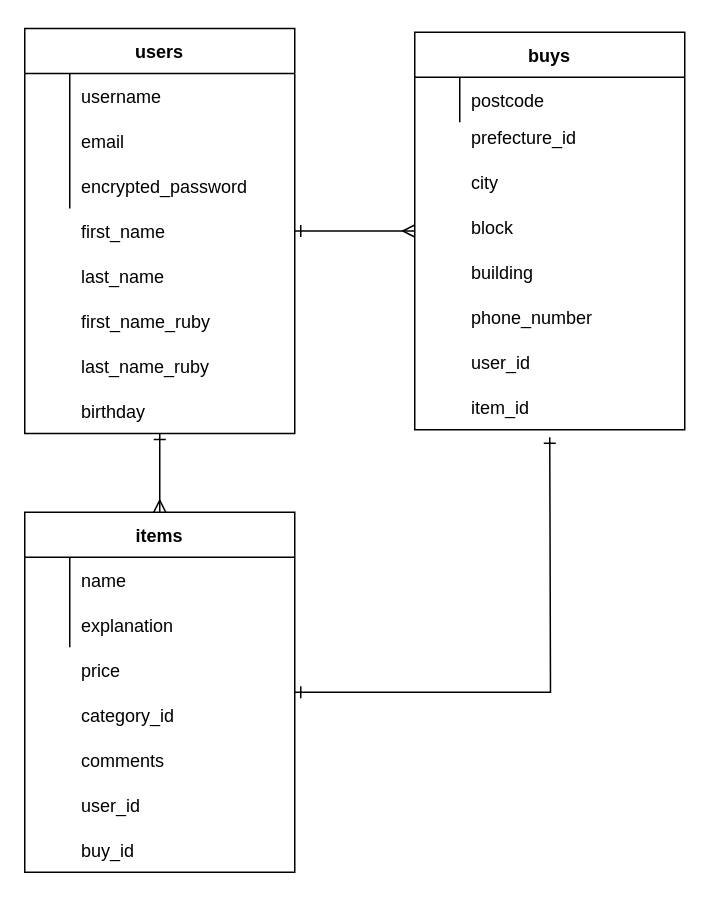
The draw.io diagram test.dio in junmico/furima-28139, before the edit. Source tidied: cells renumbered, new cells numbered last; positions are measured from the earlier drawing's top-left corner, leaving out a move shared by most shapes. Both pictures are drawn from the tidied source at 150%, with x=0, y=0 at pixel (24, 28).
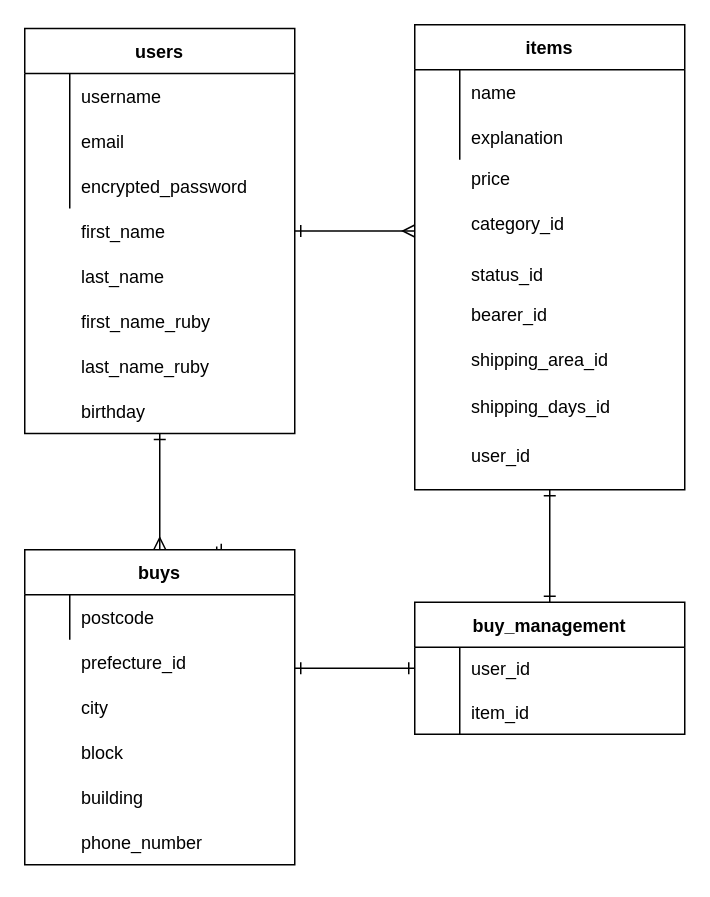
Above is the later version.

Unchanged cells that the change refers to:
```xml
<mxCell id="32" value="users" style="shape=table;startSize=30;childLayout=tableLayout;rowLines=0;fontStyle=1;align=center;" parent="31" vertex="1">
  <mxGeometry width="180" height="270" as="geometry" />
</mxCell>
```

The edit, as a diff of the source:
```diff
@@
     <mxCell id="2" style="group;" parent="1" vertex="1">
-      <mxGeometry x="260" y="2" width="180" height="265" as="geometry" />
+      <mxGeometry y="352" width="180" height="265" as="geometry" />
     </mxCell>
@@
-    <mxCell id="5" value="buys" style="shape=table;startSize=30;childLayout=tableLayout;rowLines=0;fontStyle=1;align=center;" parent="2" vertex="1">
-      <mxGeometry width="180" height="265" as="geometry" />
-    </mxCell>
-    <mxCell id="6" style="shape=partialRectangle;fillColor=none;top=0;left=0;bottom=0;right=0;" parent="5" vertex="1">
-      <mxGeometry y="30" width="180" height="30" as="geometry" />
-    </mxCell>
-    <mxCell id="7" style="shape=partialRectangle;fillColor=none;top=0;left=0;bottom=0;right=0;overflow=hidden;" parent="6" vertex="1">
-      <mxGeometry width="30" height="30" as="geometry" />
-    </mxCell>
-    <mxCell id="8" value="postcode" style="shape=partialRectangle;fillColor=none;top=0;left=0;bottom=0;right=0;align=left;spacingLeft=6;overflow=hidden;" parent="6" vertex="1">
-      <mxGeometry x="30" width="150" height="30" as="geometry" />
-    </mxCell>
@@
-    <mxCell id="11" value="item_id" style="shape=partialRectangle;fillColor=none;top=0;left=0;bottom=0;right=0;align=left;spacingLeft=6;overflow=hidden;" parent="2" vertex="1">
-      <mxGeometry x="30" y="235" width="150" height="30" as="geometry" />
-    </mxCell>
@@
-    <mxCell id="13" value="user_id" style="shape=partialRectangle;fillColor=none;top=0;left=0;bottom=0;right=0;align=left;spacingLeft=6;overflow=hidden;" parent="2" vertex="1">
-      <mxGeometry x="30" y="205" width="150" height="30" as="geometry" />
-    </mxCell>
     <mxCell id="14" style="group;" parent="1" vertex="1">
-      <mxGeometry y="322" width="180" height="240" as="geometry" />
+      <mxGeometry x="260" y="-3" width="180" height="360" as="geometry" />
     </mxCell>
+    <mxCell id="47" style="group;" parent="14" vertex="1">
+      <mxGeometry width="180" height="310" as="geometry" />
+    </mxCell>
-    <mxCell id="15" value="price" style="shape=partialRectangle;fillColor=none;top=0;left=0;bottom=0;right=0;align=left;spacingLeft=6;overflow=hidden;" parent="14" vertex="1">
-      <mxGeometry x="30" y="90" width="150" height="30" as="geometry" />
+    <mxCell id="15" value="price" style="shape=partialRectangle;fillColor=none;top=0;left=0;bottom=0;right=0;align=left;spacingLeft=6;overflow=hidden;" parent="47" vertex="1">
+      <mxGeometry x="30" y="80" width="150" height="45" as="geometry" />
     </mxCell>
-    <mxCell id="16" value="user_id" style="shape=partialRectangle;fillColor=none;top=0;left=0;bottom=0;right=0;align=left;spacingLeft=6;overflow=hidden;" parent="14" vertex="1">
-      <mxGeometry x="30" y="180" width="150" height="30" as="geometry" />
-    </mxCell>
-    <mxCell id="17" value="category_id" style="shape=partialRectangle;fillColor=none;top=0;left=0;bottom=0;right=0;align=left;spacingLeft=6;overflow=hidden;" parent="14" vertex="1">
-      <mxGeometry x="30" y="120" width="150" height="30" as="geometry" />
+    <mxCell id="17" value="category_id" style="shape=partialRectangle;fillColor=none;top=0;left=0;bottom=0;right=0;align=left;spacingLeft=6;overflow=hidden;" parent="47" vertex="1">
+      <mxGeometry x="30" y="110" width="150" height="45" as="geometry" />
     </mxCell>
-    <mxCell id="18" value="comments" style="shape=partialRectangle;fillColor=none;top=0;left=0;bottom=0;right=0;align=left;spacingLeft=6;overflow=hidden;" parent="14" vertex="1">
-      <mxGeometry x="30" y="150" width="150" height="30" as="geometry" />
-    </mxCell>
-    <mxCell id="19" value="items" style="shape=table;startSize=30;childLayout=tableLayout;rowLines=0;fontStyle=1;align=center;" parent="14" vertex="1">
-      <mxGeometry width="180" height="240" as="geometry" />
+    <mxCell id="19" value="items" style="shape=table;startSize=30;childLayout=tableLayout;rowLines=0;fontStyle=1;align=center;" parent="47" vertex="1">
+      <mxGeometry width="180" height="310" as="geometry" />
     </mxCell>
@@
-    <mxCell id="26" value="buy_id" style="shape=partialRectangle;fillColor=none;top=0;left=0;bottom=0;right=0;align=left;spacingLeft=6;overflow=hidden;" parent="14" vertex="1">
-      <mxGeometry x="30" y="210" width="150" height="30" as="geometry" />
-    </mxCell>
-    <mxCell id="27" style="edgeStyle=orthogonalEdgeStyle;rounded=0;jettySize=auto;html=1;startArrow=ERone;startFill=0;endArrow=ERone;endFill=0;" parent="1" edge="1" source="19">
-      <mxGeometry relative="1" as="geometry">
-        <mxPoint x="350" y="272" as="targetPoint" />
-      </mxGeometry>
-    </mxCell>
-    <mxCell id="28" style="edgeStyle=orthogonalEdgeStyle;rounded=0;jettySize=auto;html=1;entryX=0;entryY=0.5;entryDx=0;entryDy=0;startArrow=ERone;startFill=0;endArrow=ERmany;endFill=0;" parent="1" edge="1" source="32" target="5">
-      <mxGeometry relative="1" as="geometry" />
-    </mxCell>
-    <mxCell id="29" style="edgeStyle=orthogonalEdgeStyle;rounded=0;jettySize=auto;html=1;entryX=0.5;entryY=0;entryDx=0;entryDy=0;startArrow=ERone;startFill=0;endArrow=ERmany;endFill=0;" parent="1" edge="1" source="32" target="19">
-      <mxGeometry relative="1" as="geometry" />
-    </mxCell>
+    <mxCell id="18" value="status_id" style="shape=partialRectangle;fillColor=none;top=0;left=0;bottom=0;right=0;align=left;spacingLeft=6;overflow=hidden;" parent="47" vertex="1">
+      <mxGeometry x="30" y="150" width="150" height="32.7" as="geometry" />
+    </mxCell>
+    <mxCell id="16" value="user_id" style="shape=partialRectangle;fillColor=none;top=0;left=0;bottom=0;right=0;align=left;spacingLeft=6;overflow=hidden;" parent="47" vertex="1">
+      <mxGeometry x="30" y="270.9" width="150" height="32.7" as="geometry" />
+    </mxCell>
+    <mxCell id="48" value="shipping_days_id" style="shape=partialRectangle;fillColor=none;top=0;left=0;bottom=0;right=0;align=left;spacingLeft=6;overflow=hidden;" parent="47" vertex="1">
+      <mxGeometry x="30" y="238.2" width="150" height="32.7" as="geometry" />
+    </mxCell>
+    <mxCell id="49" value="shipping_area_id" style="shape=partialRectangle;fillColor=none;top=0;left=0;bottom=0;right=0;align=left;spacingLeft=6;overflow=hidden;" parent="47" vertex="1">
+      <mxGeometry x="30" y="208.2" width="150" height="30" as="geometry" />
+    </mxCell>
+    <mxCell id="50" value="bearer_id" style="shape=partialRectangle;fillColor=none;top=0;left=0;bottom=0;right=0;align=left;spacingLeft=6;overflow=hidden;" parent="47" vertex="1">
+      <mxGeometry x="30" y="178.2" width="150" height="30" as="geometry" />
+    </mxCell>
@@
+    <mxCell id="51" style="edgeStyle=orthogonalEdgeStyle;rounded=0;orthogonalLoop=1;jettySize=auto;html=1;exitX=0.75;exitY=0;exitDx=0;exitDy=0;entryX=0.711;entryY=-0.01;entryDx=0;entryDy=0;entryPerimeter=0;startArrow=ERone;startFill=0;endArrow=ERone;endFill=0;" parent="1" edge="1" source="5" target="5">
+      <mxGeometry relative="1" as="geometry" />
+    </mxCell>
+    <mxCell id="5" value="buys" style="shape=table;startSize=30;childLayout=tableLayout;rowLines=0;fontStyle=1;align=center;" parent="1" vertex="1">
+      <mxGeometry y="347" width="180" height="210" as="geometry" />
+    </mxCell>
+    <mxCell id="6" style="shape=partialRectangle;fillColor=none;top=0;left=0;bottom=0;right=0;" parent="5" vertex="1">
+      <mxGeometry y="30" width="180" height="30" as="geometry" />
+    </mxCell>
+    <mxCell id="7" style="shape=partialRectangle;fillColor=none;top=0;left=0;bottom=0;right=0;overflow=hidden;" parent="6" vertex="1">
+      <mxGeometry width="30" height="30" as="geometry" />
+    </mxCell>
+    <mxCell id="8" value="postcode" style="shape=partialRectangle;fillColor=none;top=0;left=0;bottom=0;right=0;align=left;spacingLeft=6;overflow=hidden;" parent="6" vertex="1">
+      <mxGeometry x="30" width="150" height="30" as="geometry" />
+    </mxCell>
+    <mxCell id="52" style="edgeStyle=orthogonalEdgeStyle;rounded=0;jettySize=auto;html=1;entryX=0.5;entryY=1;entryDx=0;entryDy=0;startArrow=ERone;startFill=0;endArrow=ERone;endFill=0;" parent="1" edge="1" source="53" target="19">
+      <mxGeometry relative="1" as="geometry" />
+    </mxCell>
+    <mxCell id="53" value="buy_management" style="shape=table;startSize=30;childLayout=tableLayout;rowLines=0;fontStyle=1;align=center;" parent="1" vertex="1">
+      <mxGeometry x="260" y="382" width="180" height="88" as="geometry" />
+    </mxCell>
+    <mxCell id="54" style="shape=partialRectangle;fillColor=none;top=0;left=0;bottom=0;right=0;points=[[0,0.5],[1,0.5]];portConstraint=eastwest;" parent="53" vertex="1">
+      <mxGeometry y="30" width="180" height="28" as="geometry" />
+    </mxCell>
+    <mxCell id="55" style="shape=partialRectangle;fillColor=none;top=0;left=0;bottom=0;right=0;overflow=hidden;" parent="54" vertex="1">
+      <mxGeometry width="30" height="28" as="geometry" />
+    </mxCell>
+    <mxCell id="13" value="user_id" style="shape=partialRectangle;fillColor=none;top=0;left=0;bottom=0;right=0;align=left;spacingLeft=6;overflow=hidden;" parent="54" vertex="1">
+      <mxGeometry x="30" width="150" height="28" as="geometry" />
+    </mxCell>
+    <mxCell id="56" style="shape=partialRectangle;fillColor=none;top=0;left=0;bottom=0;right=0;" parent="53" vertex="1">
+      <mxGeometry y="58" width="180" height="30" as="geometry" />
+    </mxCell>
+    <mxCell id="57" style="shape=partialRectangle;fillColor=none;top=0;left=0;bottom=0;right=0;overflow=hidden;" parent="56" vertex="1">
+      <mxGeometry width="30" height="30" as="geometry" />
+    </mxCell>
+    <mxCell id="11" value="item_id" style="shape=partialRectangle;fillColor=none;top=0;left=0;bottom=0;right=0;align=left;spacingLeft=6;overflow=hidden;" parent="56" vertex="1">
+      <mxGeometry x="30" width="150" height="30" as="geometry" />
+    </mxCell>
+    <mxCell id="58" style="edgeStyle=orthogonalEdgeStyle;rounded=0;jettySize=auto;html=1;startArrow=ERone;startFill=0;endArrow=ERone;endFill=0;" parent="1" edge="1" source="54">
+      <mxGeometry relative="1" as="geometry">
+        <mxPoint x="180" y="426" as="targetPoint" />
+      </mxGeometry>
+    </mxCell>
+    <mxCell id="59" style="edgeStyle=orthogonalEdgeStyle;rounded=0;jettySize=auto;html=1;startArrow=ERone;startFill=0;endArrow=ERmany;endFill=0;" parent="1" edge="1" source="32">
+      <mxGeometry relative="1" as="geometry">
+        <mxPoint x="260" y="134.5" as="targetPoint" />
+      </mxGeometry>
+    </mxCell>
+    <mxCell id="28" style="edgeStyle=orthogonalEdgeStyle;rounded=0;jettySize=auto;html=1;startArrow=ERone;startFill=0;endArrow=ERmany;endFill=0;entryX=0.5;entryY=0;entryDx=0;entryDy=0;" parent="1" edge="1" source="32" target="5">
+      <mxGeometry relative="1" as="geometry" />
+    </mxCell>
```
